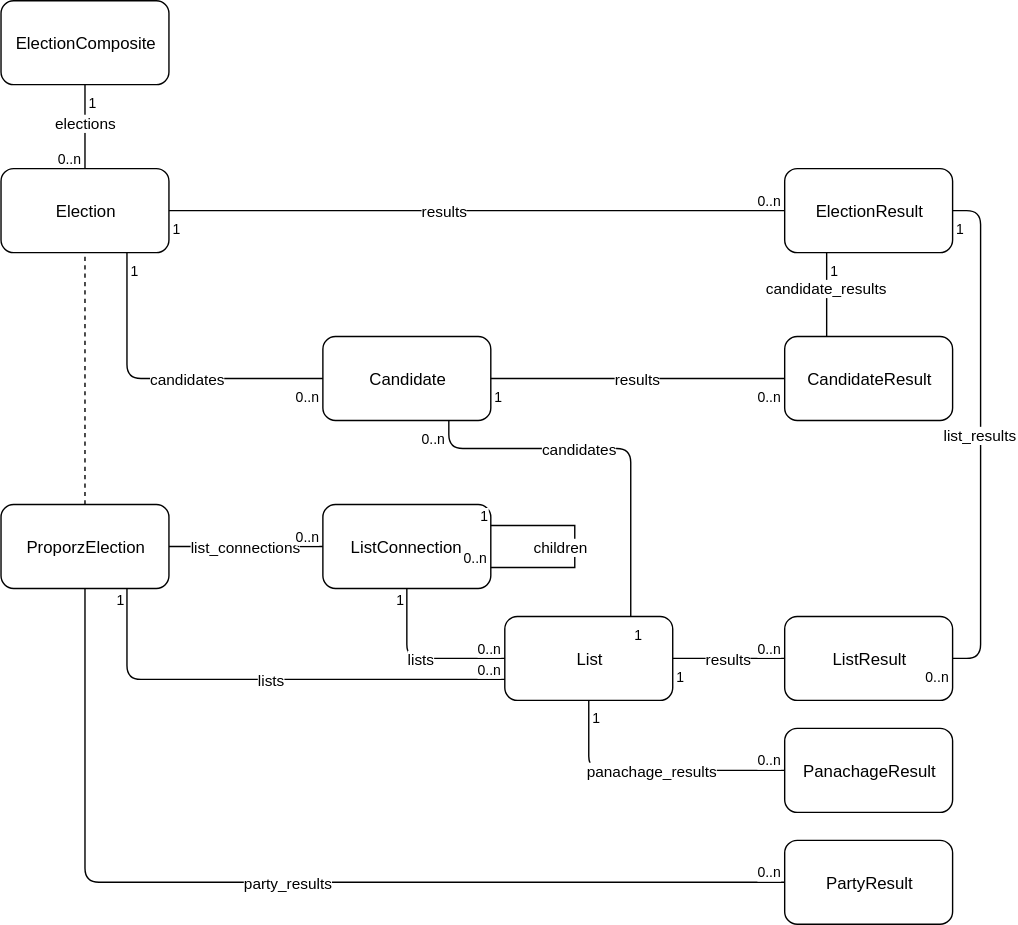
Earlier version of the draw.io export docs/onegov.ballot.election.svg (OneGov/onegov.ballot). Source tidied: cells renumbered, new cells last; positions are measured from the earlier drawing's top-left corner, leaving out a move shared by most shapes.
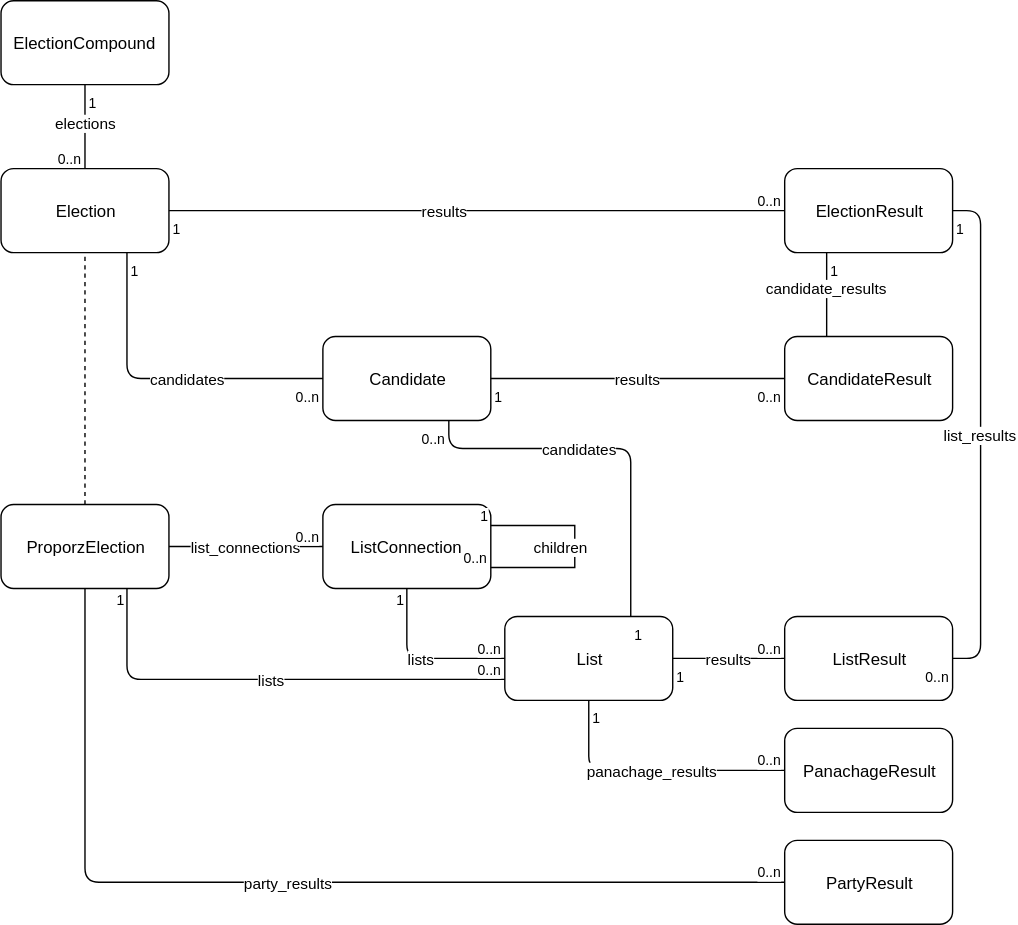
The same diagram one commit later.

The edit, as a diff of the source:
```diff
@@ -202,7 +202,7 @@
     <mxCell id="51" value="CandidateResult" style="rounded=1;whiteSpace=wrap;html=1;" parent="1" vertex="1">
       <mxGeometry x="560" y="240" width="120" height="60" as="geometry" />
     </mxCell>
-    <mxCell id="52" value="ElectionComposite" style="rounded=1;whiteSpace=wrap;html=1;" parent="1" vertex="1">
+    <mxCell id="52" value="ElectionCompound" style="rounded=1;whiteSpace=wrap;html=1;" parent="1" vertex="1">
       <mxGeometry width="120" height="60" as="geometry" />
     </mxCell>
     <mxCell id="53" value="elections" style="endArrow=none;html=1;endSize=12;startArrow=none;startSize=14;startFill=0;edgeStyle=orthogonalEdgeStyle;endFill=0;exitX=0.5;exitY=1;entryX=0.5;entryY=0;" parent="1" edge="1" source="52" target="2">
```
